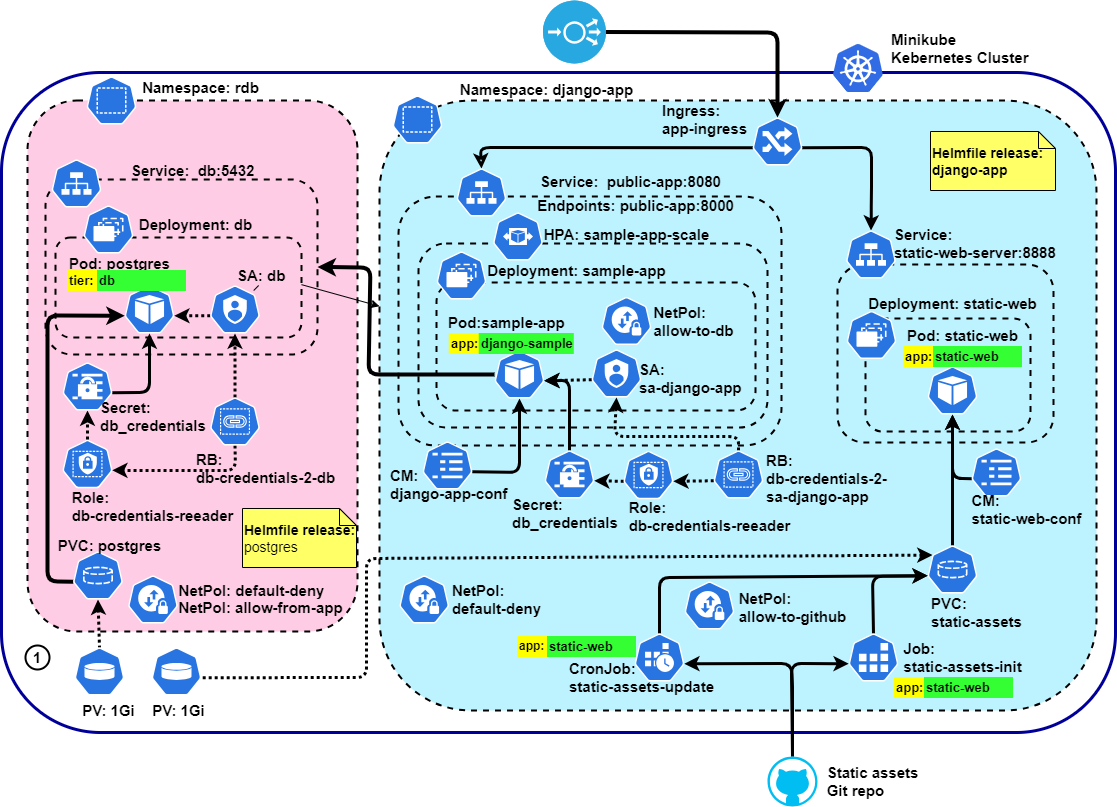
Above: week7-Kubernetes/task1/docs/cluster-minikube.png in dmytro108/itsynd (draw.io), before the change. Source tidied: cells renumbered, new cells last; positions are measured from the earlier drawing's top-left corner, leaving out a move shared by most shapes.
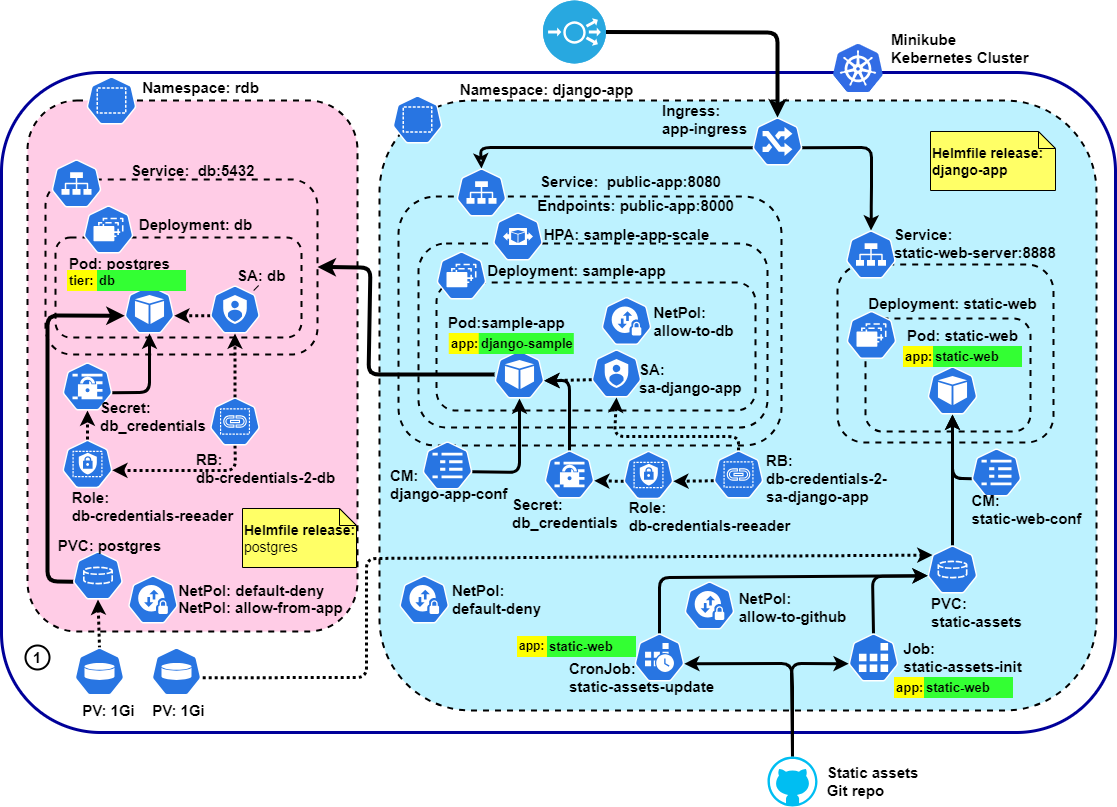
Above is the later version.

Change to the diagram source:
```diff
@@ -368,9 +368,6 @@
     <mxCell id="104" value="&lt;div style=&quot;&quot;&gt;&lt;b style=&quot;font-size: 14px; color: rgb(0, 0, 0); background-color: initial;&quot;&gt;Helmfile release:&lt;/b&gt;&lt;/div&gt;&lt;font style=&quot;&quot; color=&quot;#000000&quot;&gt;&lt;div style=&quot;&quot;&gt;&lt;span style=&quot;font-size: 14px;&quot;&gt;postgres&lt;/span&gt;&lt;br&gt;&lt;/div&gt;&lt;/font&gt;" style="shape=note2;boundedLbl=1;whiteSpace=wrap;html=1;size=17;verticalAlign=middle;align=left;fillColor=#FFFF66;strokeColor=#000000;" parent="1" vertex="1">
       <mxGeometry x="241" y="508" width="114" height="59" as="geometry" />
     </mxCell>
-    <mxCell id="105" style="edgeStyle=none;html=1;startArrow=none;" parent="1" edge="1" source="118" target="3">
-      <mxGeometry relative="1" as="geometry" />
-    </mxCell>
     <mxCell id="106" style="edgeStyle=none;html=1;entryX=0.995;entryY=0.63;entryDx=0;entryDy=0;entryPerimeter=0;dashed=1;dashPattern=1 1;strokeColor=#000000;strokeWidth=3;exitX=0.005;exitY=0.63;exitDx=0;exitDy=0;exitPerimeter=0;" parent="1" edge="1" source="107" target="65">
       <mxGeometry relative="1" as="geometry" />
     </mxCell>
```
